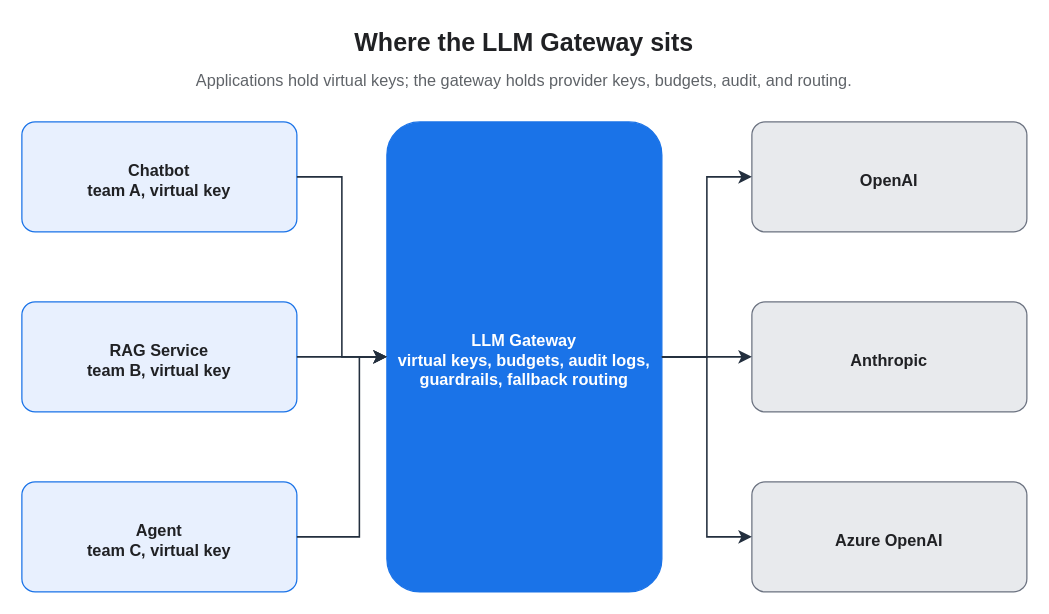
KKamJi98/kkamji98.github.io keeps this draw.io diagram as assets/img/ai/llm-gateway-position.drawio. Above is the earlier version. Source tidied: cells renumbered, new cells numbered last; positions are measured from the earlier drawing's top-left corner, leaving out a move shared by most shapes. Both pictures are drawn from the tidied source at 125%, with x=0, y=0 at pixel (21, 21).
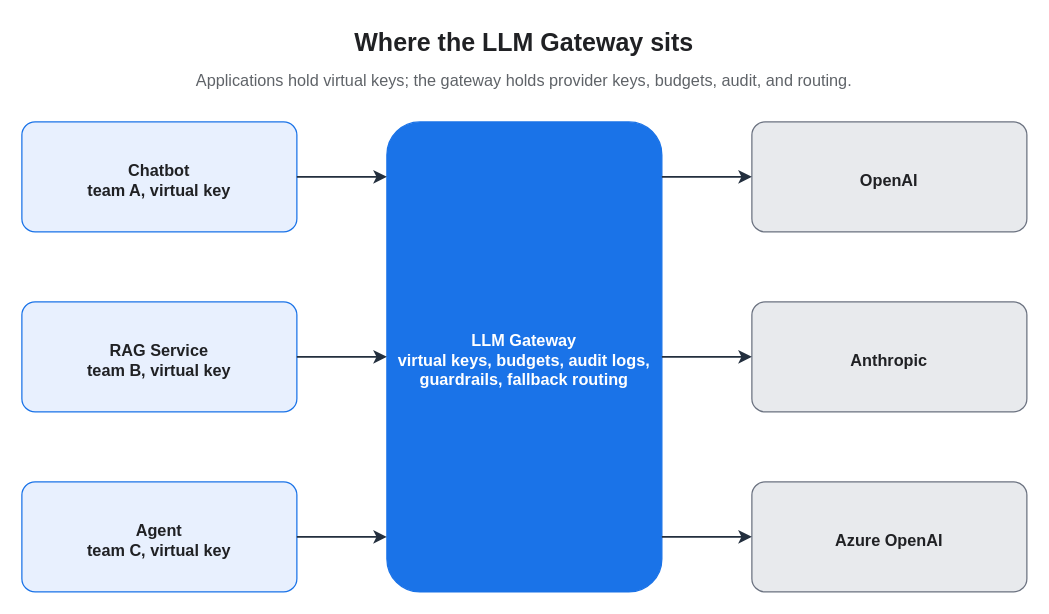
Above is the later version.

Commit message (it also covers changes not shown here):
diagram: straight row-aligned fan-out via anchored trunk; add anchor post-processor

Unchanged cells that the change refers to:
```xml
<mxCell id="4" value="Chatbot&#10;team A, virtual key" style="rounded=1;whiteSpace=wrap;html=0;arcSize=12;fillColor=#E8F0FE;strokeColor=#1A73E8;fontColor=#202124;fontSize=13;fontStyle=1;align=center;verticalAlign=middle;spacingTop=6;spacingLeft=6;spacingRight=6;" parent="1" vertex="1">
  <mxGeometry y="80" width="220" height="88" as="geometry" />
</mxCell>
<mxCell id="6" value="Agent&#10;team C, virtual key" style="rounded=1;whiteSpace=wrap;html=0;arcSize=12;fillColor=#E8F0FE;strokeColor=#1A73E8;fontColor=#202124;fontSize=13;fontStyle=1;align=center;verticalAlign=middle;spacingTop=6;spacingLeft=6;spacingRight=6;" parent="1" vertex="1">
  <mxGeometry y="368" width="220" height="88" as="geometry" />
</mxCell>
<mxCell id="7" value="LLM Gateway&#10;virtual keys, budgets, audit logs, guardrails, fallback routing" style="rounded=1;whiteSpace=wrap;html=0;arcSize=12;fillColor=#1A73E8;strokeColor=#1A73E8;fontColor=#FFFFFF;fontSize=13;fontStyle=1;align=center;verticalAlign=middle;spacingTop=6;spacingLeft=6;spacingRight=6;" parent="1" vertex="1">
  <mxGeometry x="292" y="80" width="220" height="376" as="geometry" />
</mxCell>
<mxCell id="8" value="OpenAI" style="rounded=1;whiteSpace=wrap;html=0;arcSize=12;fillColor=#E8EAED;strokeColor=#6B7280;fontColor=#202124;fontSize=13;fontStyle=1;align=center;verticalAlign=middle;spacingTop=6;spacingLeft=6;spacingRight=6;" parent="1" vertex="1">
  <mxGeometry x="584" y="80" width="220" height="88" as="geometry" />
</mxCell>
<mxCell id="10" value="Azure OpenAI" style="rounded=1;whiteSpace=wrap;html=0;arcSize=12;fillColor=#E8EAED;strokeColor=#6B7280;fontColor=#202124;fontSize=13;fontStyle=1;align=center;verticalAlign=middle;spacingTop=6;spacingLeft=6;spacingRight=6;" parent="1" vertex="1">
  <mxGeometry x="584" y="368" width="220" height="88" as="geometry" />
</mxCell>
```

The edit, as a diff of the source:
```diff
@@
-    <mxCell id="11" style="edgeStyle=orthogonalEdgeStyle;rounded=0;html=0;strokeColor=#232F3E;strokeWidth=1.25;endArrow=classic;endFill=1;endSize=7;fontSize=11;fontColor=#202124;labelBackgroundColor=none;exitX=1;exitY=0.5;entryX=0;entryY=0.5;exitDx=0;exitDy=0;entryDx=0;entryDy=0;" parent="1" edge="1" source="4" target="7">
-      <mxGeometry relative="1" as="geometry" />
+    <mxCell id="11" style="edgeStyle=orthogonalEdgeStyle;rounded=0;html=0;strokeColor=#232F3E;strokeWidth=1.25;endArrow=classic;endFill=1;endSize=7;fontSize=11;fontColor=#202124;labelBackgroundColor=none;exitX=1;exitY=0.5;entryX=0;entryY=0.117;exitDx=0;exitDy=0;entryDx=0;entryDy=0;" parent="1" edge="1" source="4" target="7">
+      <mxGeometry relative="1" as="geometry">
+        <Array as="points">
+          <mxPoint x="256" y="124" />
+          <mxPoint x="256" y="124" />
+        </Array>
+      </mxGeometry>
     </mxCell>
@@
-    <mxCell id="13" style="edgeStyle=orthogonalEdgeStyle;rounded=0;html=0;strokeColor=#232F3E;strokeWidth=1.25;endArrow=classic;endFill=1;endSize=7;fontSize=11;fontColor=#202124;labelBackgroundColor=none;exitX=1;exitY=0.5;entryX=0;entryY=0.5;exitDx=0;exitDy=0;entryDx=0;entryDy=0;" parent="1" edge="1" source="6" target="7">
+    <mxCell id="13" style="edgeStyle=orthogonalEdgeStyle;rounded=0;html=0;strokeColor=#232F3E;strokeWidth=1.25;endArrow=classic;endFill=1;endSize=7;fontSize=11;fontColor=#202124;labelBackgroundColor=none;exitX=1;exitY=0.5;entryX=0;entryY=0.883;exitDx=0;exitDy=0;entryDx=0;entryDy=0;" parent="1" edge="1" source="6" target="7">
       <mxGeometry relative="1" as="geometry">
         <Array as="points">
-          <mxPoint x="270" y="412" />
-          <mxPoint x="270" y="268" />
+          <mxPoint x="256" y="412" />
+          <mxPoint x="256" y="412" />
         </Array>
       </mxGeometry>
     </mxCell>
-    <mxCell id="14" style="edgeStyle=orthogonalEdgeStyle;rounded=0;html=0;strokeColor=#232F3E;strokeWidth=1.25;endArrow=classic;endFill=1;endSize=7;fontSize=11;fontColor=#202124;labelBackgroundColor=none;exitX=1;exitY=0.5;entryX=0;entryY=0.5;exitDx=0;exitDy=0;entryDx=0;entryDy=0;" parent="1" edge="1" source="7" target="8">
-      <mxGeometry relative="1" as="geometry" />
+    <mxCell id="14" style="edgeStyle=orthogonalEdgeStyle;rounded=0;html=0;strokeColor=#232F3E;strokeWidth=1.25;endArrow=classic;endFill=1;endSize=7;fontSize=11;fontColor=#202124;labelBackgroundColor=none;exitX=1;exitY=0.117;entryX=0;entryY=0.5;exitDx=0;exitDy=0;entryDx=0;entryDy=0;" parent="1" edge="1" source="7" target="8">
+      <mxGeometry relative="1" as="geometry">
+        <Array as="points">
+          <mxPoint x="548" y="124" />
+          <mxPoint x="548" y="124" />
+        </Array>
+      </mxGeometry>
     </mxCell>
@@
-    <mxCell id="16" style="edgeStyle=orthogonalEdgeStyle;rounded=0;html=0;strokeColor=#232F3E;strokeWidth=1.25;endArrow=classic;endFill=1;endSize=7;fontSize=11;fontColor=#202124;labelBackgroundColor=none;exitX=1;exitY=0.5;entryX=0;entryY=0.5;exitDx=0;exitDy=0;entryDx=0;entryDy=0;" parent="1" edge="1" source="7" target="10">
+    <mxCell id="16" style="edgeStyle=orthogonalEdgeStyle;rounded=0;html=0;strokeColor=#232F3E;strokeWidth=1.25;endArrow=classic;endFill=1;endSize=7;fontSize=11;fontColor=#202124;labelBackgroundColor=none;exitX=1;exitY=0.883;entryX=0;entryY=0.5;exitDx=0;exitDy=0;entryDx=0;entryDy=0;" parent="1" edge="1" source="7" target="10">
       <mxGeometry relative="1" as="geometry">
         <Array as="points">
-          <mxPoint x="548" y="268" />
+          <mxPoint x="548" y="412" />
           <mxPoint x="548" y="412" />
         </Array>
       </mxGeometry>
     </mxCell>
```
